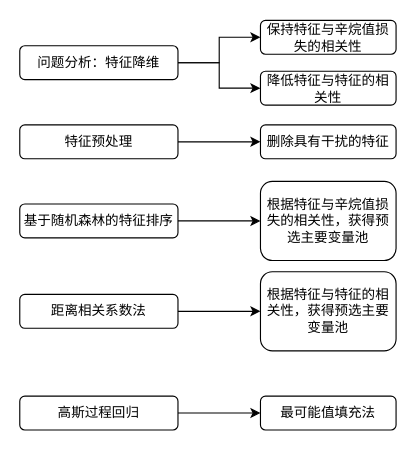
Earlier version of the draw.io diagram 数模2.drawio (wennieWN/UML). Source tidied: cells renumbered, new cells numbered last; positions are measured from the earlier drawing's top-left corner, leaving out a move shared by most shapes. Both pictures are drawn from the tidied source at 113%, with x=0, y=0 at pixel (19, 20).
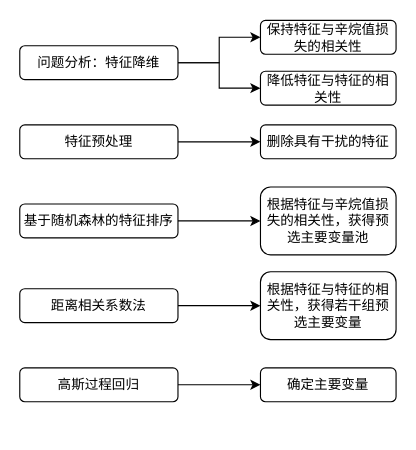
Above is the later version.

The edit, as a diff of the source:
```diff
@@
 <mxGraphModel>
   <root>
     <mxCell id="0" />
     <mxCell id="1" parent="0" />
     <mxCell id="2" style="edgeStyle=orthogonalEdgeStyle;rounded=0;jettySize=auto;html=1;entryX=0;entryY=0.5;entryDx=0;entryDy=0;" parent="1" edge="1" source="3" target="12">
       <mxGeometry relative="1" as="geometry" />
     </mxCell>
     <mxCell id="3" value="特征预处理" style="rounded=1;whiteSpace=wrap;html=1;fontFamily=Times New Roman;" parent="1" vertex="1">
       <mxGeometry y="92" width="140" height="30" as="geometry" />
     </mxCell>
     <mxCell id="4" style="edgeStyle=orthogonalEdgeStyle;rounded=0;jettySize=auto;html=1;entryX=0;entryY=0.5;entryDx=0;entryDy=0;fontFamily=Times New Roman;" parent="1" edge="1" source="5" target="11">
       <mxGeometry relative="1" as="geometry" />
     </mxCell>
     <mxCell id="5" value="基于随机森林的特征排序" style="rounded=1;whiteSpace=wrap;html=1;fontFamily=Times New Roman;" parent="1" vertex="1">
       <mxGeometry y="162" width="140" height="30" as="geometry" />
     </mxCell>
     <mxCell id="6" style="edgeStyle=orthogonalEdgeStyle;rounded=0;jettySize=auto;html=1;entryX=0;entryY=0.5;entryDx=0;entryDy=0;" parent="1" edge="1" source="7" target="13">
       <mxGeometry relative="1" as="geometry" />
     </mxCell>
     <mxCell id="7" value="距离相关系数法" style="rounded=1;whiteSpace=wrap;html=1;fontFamily=Times New Roman;" parent="1" vertex="1">
-      <mxGeometry y="242" width="140" height="30" as="geometry" />
+      <mxGeometry y="237" width="140" height="30" as="geometry" />
     </mxCell>
     <mxCell id="8" style="edgeStyle=orthogonalEdgeStyle;rounded=0;jettySize=auto;html=1;entryX=0;entryY=0.5;entryDx=0;entryDy=0;fontFamily=Times New Roman;" parent="1" edge="1" source="9" target="10">
       <mxGeometry relative="1" as="geometry" />
     </mxCell>
     <mxCell id="9" value="高斯过程回归" style="rounded=1;whiteSpace=wrap;html=1;fontFamily=Times New Roman;" parent="1" vertex="1">
-      <mxGeometry y="332" width="140" height="30" as="geometry" />
+      <mxGeometry y="307" width="140" height="30" as="geometry" />
     </mxCell>
-    <mxCell id="10" value="最可能值填充法" style="rounded=1;whiteSpace=wrap;html=1;fontFamily=Times New Roman;" parent="1" vertex="1">
-      <mxGeometry x="213" y="332" width="120" height="30" as="geometry" />
+    <mxCell id="10" value="确定主要变量" style="rounded=1;whiteSpace=wrap;html=1;fontFamily=Times New Roman;" parent="1" vertex="1">
+      <mxGeometry x="213" y="307" width="120" height="30" as="geometry" />
     </mxCell>
     <mxCell id="11" value="根据特征与辛烷值损失的相关性，获得预选主要变量池" style="rounded=1;whiteSpace=wrap;html=1;fontFamily=Times New Roman;" parent="1" vertex="1">
-      <mxGeometry x="213" y="142" width="120" height="70" as="geometry" />
+      <mxGeometry x="213" y="147" width="120" height="60" as="geometry" />
     </mxCell>
     <mxCell id="12" value="删除具有干扰的特征" style="rounded=1;whiteSpace=wrap;html=1;fontFamily=Times New Roman;" parent="1" vertex="1">
       <mxGeometry x="213" y="92" width="120" height="30" as="geometry" />
     </mxCell>
-    <mxCell id="13" value="根据特征与特征的相关性，获得预选主要变量池" style="rounded=1;whiteSpace=wrap;html=1;fontFamily=Times New Roman;" parent="1" vertex="1">
-      <mxGeometry x="213" y="222" width="120" height="70" as="geometry" />
+    <mxCell id="13" value="根据特征与特征的相关性，获得若干组预选主要变量" style="rounded=1;whiteSpace=wrap;html=1;fontFamily=Times New Roman;" parent="1" vertex="1">
+      <mxGeometry x="213" y="222" width="120" height="60" as="geometry" />
     </mxCell>
     <mxCell id="14" style="edgeStyle=orthogonalEdgeStyle;rounded=0;jettySize=auto;html=1;entryX=0;entryY=0.5;entryDx=0;entryDy=0;" parent="1" edge="1" source="16" target="18">
       <mxGeometry relative="1" as="geometry" />
     </mxCell>
     <mxCell id="15" style="edgeStyle=orthogonalEdgeStyle;rounded=0;jettySize=auto;html=1;entryX=0;entryY=0.5;entryDx=0;entryDy=0;" parent="1" edge="1" source="16" target="17">
       <mxGeometry relative="1" as="geometry" />
     </mxCell>
     <mxCell id="16" value="问题分析：特征降维" style="rounded=1;whiteSpace=wrap;html=1;fontFamily=Times New Roman;" parent="1" vertex="1">
       <mxGeometry y="22" width="140" height="30" as="geometry" />
     </mxCell>
     <mxCell id="17" value="降低特征与特征的相关性" style="rounded=1;whiteSpace=wrap;html=1;fontFamily=Times New Roman;" parent="1" vertex="1">
       <mxGeometry x="213" y="44.5" width="120" height="30" as="geometry" />
     </mxCell>
     <mxCell id="18" value="保持特征与辛烷值损失的相关性" style="rounded=1;whiteSpace=wrap;html=1;fontFamily=Times New Roman;" parent="1" vertex="1">
       <mxGeometry x="213" y="-0.5" width="120" height="30" as="geometry" />
     </mxCell>
   </root>
 </mxGraphModel>
```
